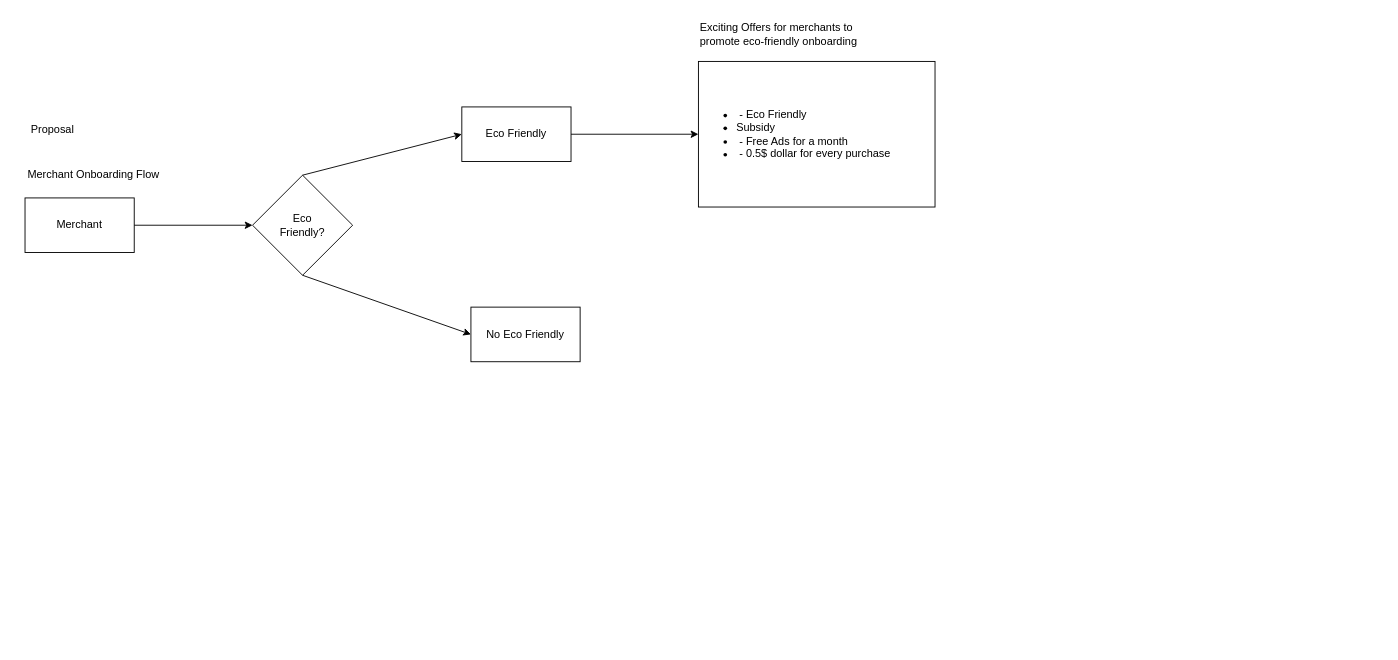
Before: Untitled Diagram.drawio in mithun9421/drawio, a draw.io diagram. Source tidied: cells renumbered, new cells numbered last; positions are measured from the earlier drawing's top-left corner, leaving out a move shared by most shapes. Both pictures are drawn from the tidied source at 91%, with x=0, y=0 at pixel (15, 15).
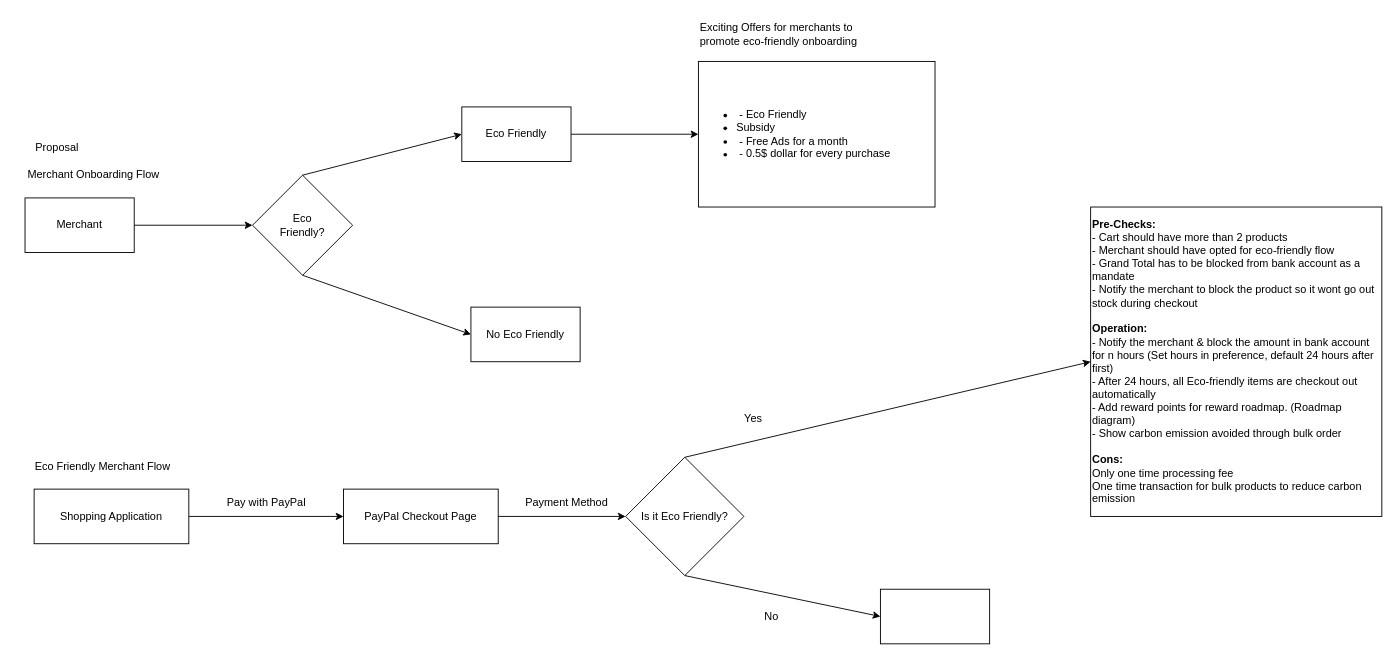
The same page after the edit.

The edit, as a diff of the source:
```diff
@@
     <mxCell id="3" value="Proposal" style="text;html=1;align=center;verticalAlign=middle;strokeColor=none;fillColor=none;" parent="1" vertex="1">
-      <mxGeometry x="5" y="110" width="70" height="30" as="geometry" />
+      <mxGeometry x="10" y="130" width="70" height="30" as="geometry" />
     </mxCell>
@@
+    <mxCell id="14" value="Eco Friendly Merchant Flow" style="text;html=1;align=center;verticalAlign=middle;strokeColor=none;fillColor=none;" parent="1" vertex="1">
+      <mxGeometry x="10" y="480" width="170" height="30" as="geometry" />
+    </mxCell>
+    <mxCell id="15" value="Shopping Application" style="rounded=0;whiteSpace=wrap;html=1;" parent="1" vertex="1">
+      <mxGeometry x="20" y="520" width="170" height="60" as="geometry" />
+    </mxCell>
+    <mxCell id="16" value="PayPal Checkout Page" style="rounded=0;whiteSpace=wrap;html=1;" parent="1" vertex="1">
+      <mxGeometry x="360" y="520" width="170" height="60" as="geometry" />
+    </mxCell>
+    <mxCell id="17" style="endArrow=classic;html=1;rounded=0;exitX=1;exitY=0.5;exitDx=0;exitDy=0;" parent="1" edge="1" source="15" target="16">
+      <mxGeometry relative="1" as="geometry" />
+    </mxCell>
+    <mxCell id="18" value="Pay with PayPal" style="text;html=1;align=center;verticalAlign=middle;strokeColor=none;fillColor=none;" parent="1" vertex="1">
+      <mxGeometry x="220" y="520" width="110" height="30" as="geometry" />
+    </mxCell>
+    <mxCell id="19" style="endArrow=classic;html=1;rounded=0;exitX=1;exitY=0.5;exitDx=0;exitDy=0;" parent="1" edge="1">
+      <mxGeometry relative="1" as="geometry">
+        <mxPoint x="530" y="550" as="sourcePoint" />
+        <mxPoint x="670" y="550" as="targetPoint" />
+      </mxGeometry>
+    </mxCell>
+    <mxCell id="20" value="Payment Method" style="text;html=1;align=center;verticalAlign=middle;strokeColor=none;fillColor=none;" parent="1" vertex="1">
+      <mxGeometry x="550" y="520" width="110" height="30" as="geometry" />
+    </mxCell>
+    <mxCell id="21" value="Is it Eco Friendly?" style="rhombus;whiteSpace=wrap;html=1;" parent="1" vertex="1">
+      <mxGeometry x="670" y="485" width="130" height="130" as="geometry" />
+    </mxCell>
+    <mxCell id="22" value="&lt;div align=&quot;left&quot;&gt;&lt;b&gt;Pre-Checks:&lt;/b&gt;&lt;/div&gt;&lt;div align=&quot;left&quot;&gt;- Cart should have more than 2 products&lt;/div&gt;&lt;div align=&quot;left&quot;&gt;- Merchant should have opted for eco-friendly flow&lt;/div&gt;&lt;div align=&quot;left&quot;&gt;- Grand Total has to be blocked from bank account as a mandate&lt;/div&gt;&lt;div align=&quot;left&quot;&gt;- Notify the merchant to block the product so it wont go out stock during checkout&lt;/div&gt;&lt;div align=&quot;left&quot;&gt;&lt;br&gt;&lt;/div&gt;&lt;div align=&quot;left&quot;&gt;&lt;b&gt;Operation:&lt;/b&gt;&lt;/div&gt;&lt;div align=&quot;left&quot;&gt;- Notify the merchant &amp;amp; block the amount in bank account for n hours (Set hours in preference, default 24 hours after first)&lt;/div&gt;&lt;div align=&quot;left&quot;&gt;- After 24 hours, all Eco-friendly items are checkout out automatically&lt;/div&gt;&lt;div align=&quot;left&quot;&gt;- Add reward points for reward roadmap. (Roadmap diagram)&lt;/div&gt;&lt;div align=&quot;left&quot;&gt;- Show carbon emission avoided through bulk order&lt;br&gt;&lt;/div&gt;&lt;div align=&quot;left&quot;&gt;&lt;br&gt;&lt;/div&gt;&lt;div align=&quot;left&quot;&gt;&lt;b&gt;Cons:&lt;/b&gt;&lt;/div&gt;&lt;div align=&quot;left&quot;&gt;Only one time processing fee&lt;/div&gt;&lt;div align=&quot;left&quot;&gt;One time transaction for bulk products to reduce carbon emission&lt;/div&gt;" style="rounded=0;whiteSpace=wrap;html=1;align=left;" parent="1" vertex="1">
+      <mxGeometry x="1181" y="210" width="320" height="340" as="geometry" />
+    </mxCell>
+    <mxCell id="23" style="rounded=0;whiteSpace=wrap;html=1;" parent="1" vertex="1">
+      <mxGeometry x="950" y="630" width="120" height="60" as="geometry" />
+    </mxCell>
+    <mxCell id="24" style="endArrow=classic;html=1;rounded=0;exitX=0.5;exitY=0;exitDx=0;exitDy=0;entryX=0;entryY=0.5;entryDx=0;entryDy=0;" parent="1" edge="1" source="21" target="22">
+      <mxGeometry relative="1" as="geometry" />
+    </mxCell>
+    <mxCell id="25" style="endArrow=classic;html=1;rounded=0;exitX=0.5;exitY=1;exitDx=0;exitDy=0;entryX=0;entryY=0.5;entryDx=0;entryDy=0;" parent="1" edge="1" source="21" target="23">
+      <mxGeometry relative="1" as="geometry" />
+    </mxCell>
+    <mxCell id="26" value="Yes" style="text;html=1;align=center;verticalAlign=middle;strokeColor=none;fillColor=none;" parent="1" vertex="1">
+      <mxGeometry x="790" y="428" width="40" height="30" as="geometry" />
+    </mxCell>
+    <mxCell id="27" value="No" style="text;html=1;align=center;verticalAlign=middle;strokeColor=none;fillColor=none;" parent="1" vertex="1">
+      <mxGeometry x="810" y="645" width="40" height="30" as="geometry" />
+    </mxCell>
```
